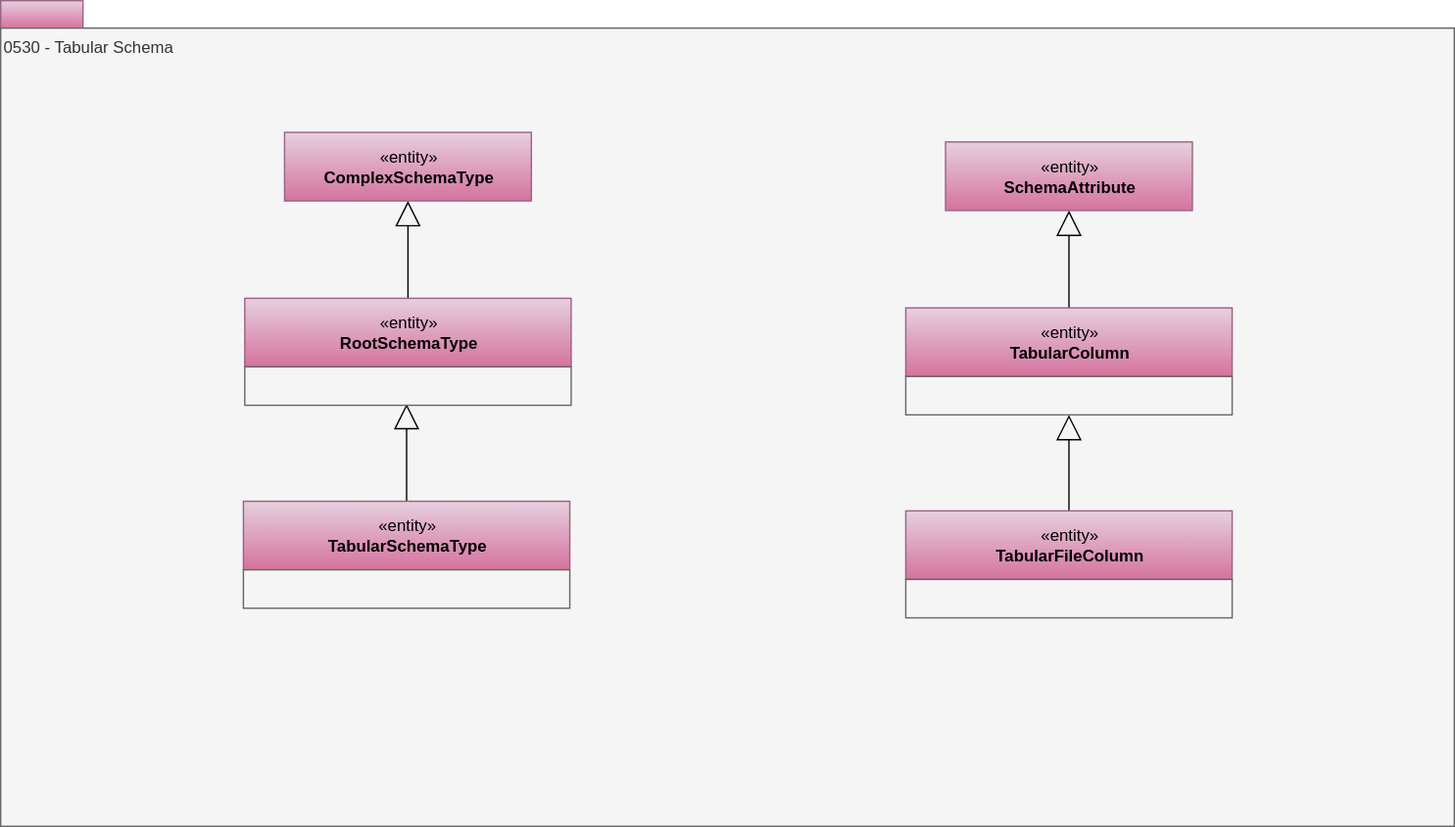
odpi/egeria-docs keeps this draw.io diagram as site/docs/types/5/0530-Tabular-Schemas.svg. Above is the earlier version. Source tidied: cells renumbered, new cells last; positions are measured from the earlier drawing's top-left corner, leaving out a move shared by most shapes. Source of this version:
```xml
<mxGraphModel>
  <root>
    <mxCell id="0" />
    <mxCell id="1" parent="0" />
    <mxCell id="2" style="rounded=0;whiteSpace=wrap;html=1;align=left;fillColor=#e6d0de;strokeColor=#996185;gradientColor=#d5739d;" parent="1" vertex="1">
      <mxGeometry width="60" height="20" as="geometry" />
    </mxCell>
    <mxCell id="3" value="0530 - Tabular Schema" style="rounded=0;whiteSpace=wrap;html=1;align=left;verticalAlign=top;fillColor=#f5f5f5;fontColor=#333333;strokeColor=#666666;" parent="1" vertex="1">
      <mxGeometry y="20" width="1060" height="582" as="geometry" />
    </mxCell>
    <mxCell id="4" style="edgeStyle=orthogonalEdgeStyle;rounded=0;jettySize=auto;html=1;exitX=0.5;exitY=0;exitDx=0;exitDy=0;startSize=6;endArrow=block;endFill=0;endSize=16;" parent="1" edge="1" source="14" target="5">
      <mxGeometry relative="1" as="geometry" />
    </mxCell>
    <mxCell id="5" value="«entity»&lt;br&gt;&lt;b&gt;ComplexSchemaType&lt;/b&gt;" style="html=1;strokeColor=#996185;align=center;fillColor=#e6d0de;gradientColor=#d5739d;" parent="1" vertex="1">
      <mxGeometry x="207" y="96" width="180" height="50" as="geometry" />
    </mxCell>
    <mxCell id="6" style="edgeStyle=orthogonalEdgeStyle;rounded=0;jettySize=auto;html=1;exitX=0.5;exitY=0;exitDx=0;exitDy=0;startSize=6;endArrow=block;endFill=0;endSize=16;" parent="1" edge="1" source="12" target="7">
      <mxGeometry relative="1" as="geometry" />
    </mxCell>
    <mxCell id="7" value="«entity»&lt;br&gt;&lt;b&gt;SchemaAttribute&lt;/b&gt;" style="html=1;strokeColor=#996185;align=center;fillColor=#e6d0de;gradientColor=#d5739d;" parent="1" vertex="1">
      <mxGeometry x="689" y="103" width="180" height="50" as="geometry" />
    </mxCell>
    <mxCell id="8" style="edgeStyle=orthogonalEdgeStyle;rounded=0;jettySize=auto;html=1;exitX=0.5;exitY=0;exitDx=0;exitDy=0;startSize=6;endArrow=block;endFill=0;endSize=16;entryX=0.5;entryY=1;entryDx=0;entryDy=0;" parent="1" edge="1" source="10" target="13">
      <mxGeometry relative="1" as="geometry" />
    </mxCell>
    <mxCell id="9" style="edgeStyle=orthogonalEdgeStyle;rounded=0;jettySize=auto;html=1;exitX=0.5;exitY=0;exitDx=0;exitDy=0;startSize=6;endArrow=block;endFill=0;endSize=16;" parent="1" edge="1" source="16">
      <mxGeometry relative="1" as="geometry">
        <mxPoint x="296" y="294" as="targetPoint" />
      </mxGeometry>
    </mxCell>
    <mxCell id="10" value="«entity»&lt;br&gt;&lt;b&gt;TabularFileColumn&lt;/b&gt;" style="html=1;strokeColor=#996185;align=center;fillColor=#e6d0de;gradientColor=#d5739d;" parent="1" vertex="1">
      <mxGeometry x="660" y="372" width="238" height="50" as="geometry" />
    </mxCell>
    <mxCell id="11" style="rounded=0;whiteSpace=wrap;html=1;strokeColor=#666666;align=left;fillColor=#f5f5f5;fontColor=#333333;" parent="1" vertex="1">
      <mxGeometry x="660" y="422" width="238" height="28" as="geometry" />
    </mxCell>
    <mxCell id="12" value="«entity»&lt;br&gt;&lt;b&gt;TabularColumn&lt;/b&gt;" style="html=1;strokeColor=#996185;align=center;fillColor=#e6d0de;gradientColor=#d5739d;" parent="1" vertex="1">
      <mxGeometry x="660" y="224" width="238" height="50" as="geometry" />
    </mxCell>
    <mxCell id="13" style="rounded=0;whiteSpace=wrap;html=1;strokeColor=#666666;align=left;fillColor=#f5f5f5;fontColor=#333333;" parent="1" vertex="1">
      <mxGeometry x="660" y="274" width="238" height="28" as="geometry" />
    </mxCell>
    <mxCell id="14" value="«entity»&lt;br&gt;&lt;b&gt;RootSchemaType&lt;/b&gt;" style="html=1;strokeColor=#996185;align=center;fillColor=#e6d0de;gradientColor=#d5739d;" parent="1" vertex="1">
      <mxGeometry x="178" y="217" width="238" height="50" as="geometry" />
    </mxCell>
    <mxCell id="15" style="rounded=0;whiteSpace=wrap;html=1;strokeColor=#666666;align=left;fillColor=#f5f5f5;fontColor=#333333;" parent="1" vertex="1">
      <mxGeometry x="178" y="267" width="238" height="28" as="geometry" />
    </mxCell>
    <mxCell id="16" value="«entity»&lt;br&gt;&lt;b&gt;TabularSchemaType&lt;/b&gt;" style="html=1;strokeColor=#996185;align=center;fillColor=#e6d0de;gradientColor=#d5739d;" parent="1" vertex="1">
      <mxGeometry x="177" y="365" width="238" height="50" as="geometry" />
    </mxCell>
    <mxCell id="17" style="rounded=0;whiteSpace=wrap;html=1;strokeColor=#666666;align=left;fillColor=#f5f5f5;fontColor=#333333;" parent="1" vertex="1">
      <mxGeometry x="177" y="415" width="238" height="28" as="geometry" />
    </mxCell>
  </root>
</mxGraphModel>
```
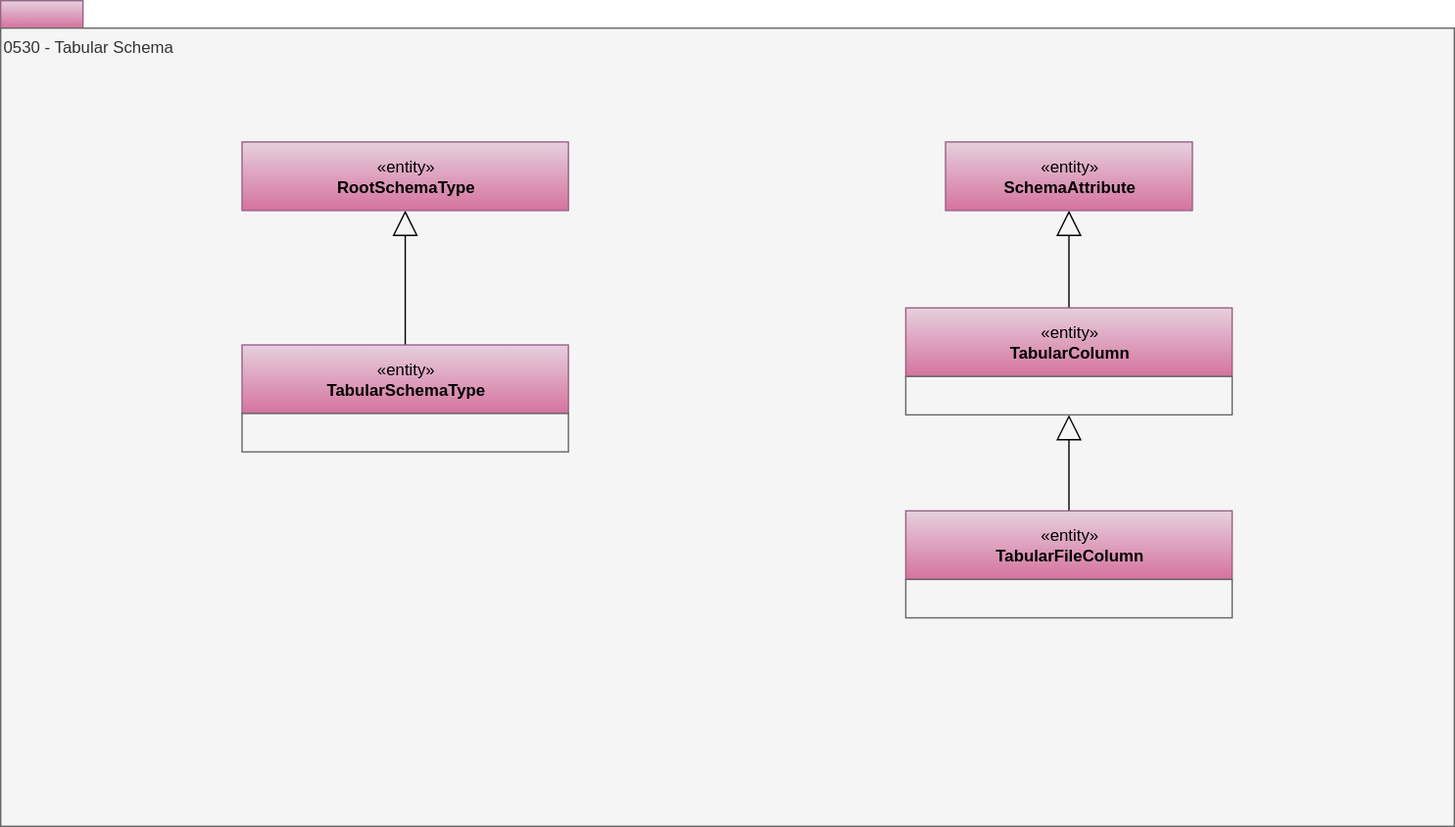
Later version of the same file.

Diff of the diagram source:
```diff
@@ -8,49 +8,38 @@
     <mxCell id="3" value="0530 - Tabular Schema" style="rounded=0;whiteSpace=wrap;html=1;align=left;verticalAlign=top;fillColor=#f5f5f5;fontColor=#333333;strokeColor=#666666;" parent="1" vertex="1">
       <mxGeometry y="20" width="1060" height="582" as="geometry" />
     </mxCell>
-    <mxCell id="4" style="edgeStyle=orthogonalEdgeStyle;rounded=0;jettySize=auto;html=1;exitX=0.5;exitY=0;exitDx=0;exitDy=0;startSize=6;endArrow=block;endFill=0;endSize=16;" parent="1" edge="1" source="14" target="5">
+    <mxCell id="4" style="edgeStyle=orthogonalEdgeStyle;rounded=0;jettySize=auto;html=1;exitX=0.5;exitY=0;exitDx=0;exitDy=0;startSize=6;endArrow=block;endFill=0;endSize=16;" parent="1" edge="1" source="10" target="5">
       <mxGeometry relative="1" as="geometry" />
     </mxCell>
-    <mxCell id="5" value="«entity»&lt;br&gt;&lt;b&gt;ComplexSchemaType&lt;/b&gt;" style="html=1;strokeColor=#996185;align=center;fillColor=#e6d0de;gradientColor=#d5739d;" parent="1" vertex="1">
-      <mxGeometry x="207" y="96" width="180" height="50" as="geometry" />
+    <mxCell id="5" value="«entity»&lt;br&gt;&lt;b&gt;SchemaAttribute&lt;/b&gt;" style="html=1;strokeColor=#996185;align=center;fillColor=#e6d0de;gradientColor=#d5739d;" parent="1" vertex="1">
+      <mxGeometry x="689" y="103" width="180" height="50" as="geometry" />
     </mxCell>
-    <mxCell id="6" style="edgeStyle=orthogonalEdgeStyle;rounded=0;jettySize=auto;html=1;exitX=0.5;exitY=0;exitDx=0;exitDy=0;startSize=6;endArrow=block;endFill=0;endSize=16;" parent="1" edge="1" source="12" target="7">
+    <mxCell id="6" style="edgeStyle=orthogonalEdgeStyle;rounded=0;jettySize=auto;html=1;exitX=0.5;exitY=0;exitDx=0;exitDy=0;startSize=6;endArrow=block;endFill=0;endSize=16;entryX=0.5;entryY=1;entryDx=0;entryDy=0;" parent="1" edge="1" source="8" target="11">
       <mxGeometry relative="1" as="geometry" />
     </mxCell>
-    <mxCell id="7" value="«entity»&lt;br&gt;&lt;b&gt;SchemaAttribute&lt;/b&gt;" style="html=1;strokeColor=#996185;align=center;fillColor=#e6d0de;gradientColor=#d5739d;" parent="1" vertex="1">
-      <mxGeometry x="689" y="103" width="180" height="50" as="geometry" />
+    <mxCell id="7" style="edgeStyle=orthogonalEdgeStyle;rounded=0;jettySize=auto;html=1;exitX=0.5;exitY=0;exitDx=0;exitDy=0;startSize=6;endArrow=block;endFill=0;endSize=16;" parent="1" edge="1" source="13" target="12">
+      <mxGeometry relative="1" as="geometry" />
     </mxCell>
-    <mxCell id="8" style="edgeStyle=orthogonalEdgeStyle;rounded=0;jettySize=auto;html=1;exitX=0.5;exitY=0;exitDx=0;exitDy=0;startSize=6;endArrow=block;endFill=0;endSize=16;entryX=0.5;entryY=1;entryDx=0;entryDy=0;" parent="1" edge="1" source="10" target="13">
-      <mxGeometry relative="1" as="geometry" />
+    <mxCell id="8" value="«entity»&lt;br&gt;&lt;b&gt;TabularFileColumn&lt;/b&gt;" style="html=1;strokeColor=#996185;align=center;fillColor=#e6d0de;gradientColor=#d5739d;" parent="1" vertex="1">
+      <mxGeometry x="660" y="372" width="238" height="50" as="geometry" />
     </mxCell>
-    <mxCell id="9" style="edgeStyle=orthogonalEdgeStyle;rounded=0;jettySize=auto;html=1;exitX=0.5;exitY=0;exitDx=0;exitDy=0;startSize=6;endArrow=block;endFill=0;endSize=16;" parent="1" edge="1" source="16">
-      <mxGeometry relative="1" as="geometry">
-        <mxPoint x="296" y="294" as="targetPoint" />
-      </mxGeometry>
+    <mxCell id="9" style="rounded=0;whiteSpace=wrap;html=1;strokeColor=#666666;align=left;fillColor=#f5f5f5;fontColor=#333333;" parent="1" vertex="1">
+      <mxGeometry x="660" y="422" width="238" height="28" as="geometry" />
     </mxCell>
-    <mxCell id="10" value="«entity»&lt;br&gt;&lt;b&gt;TabularFileColumn&lt;/b&gt;" style="html=1;strokeColor=#996185;align=center;fillColor=#e6d0de;gradientColor=#d5739d;" parent="1" vertex="1">
-      <mxGeometry x="660" y="372" width="238" height="50" as="geometry" />
+    <mxCell id="10" value="«entity»&lt;br&gt;&lt;b&gt;TabularColumn&lt;/b&gt;" style="html=1;strokeColor=#996185;align=center;fillColor=#e6d0de;gradientColor=#d5739d;" parent="1" vertex="1">
+      <mxGeometry x="660" y="224" width="238" height="50" as="geometry" />
     </mxCell>
     <mxCell id="11" style="rounded=0;whiteSpace=wrap;html=1;strokeColor=#666666;align=left;fillColor=#f5f5f5;fontColor=#333333;" parent="1" vertex="1">
-      <mxGeometry x="660" y="422" width="238" height="28" as="geometry" />
+      <mxGeometry x="660" y="274" width="238" height="28" as="geometry" />
     </mxCell>
-    <mxCell id="12" value="«entity»&lt;br&gt;&lt;b&gt;TabularColumn&lt;/b&gt;" style="html=1;strokeColor=#996185;align=center;fillColor=#e6d0de;gradientColor=#d5739d;" parent="1" vertex="1">
-      <mxGeometry x="660" y="224" width="238" height="50" as="geometry" />
+    <mxCell id="12" value="«entity»&lt;br&gt;&lt;b&gt;RootSchemaType&lt;/b&gt;" style="html=1;strokeColor=#996185;align=center;fillColor=#e6d0de;gradientColor=#d5739d;" parent="1" vertex="1">
+      <mxGeometry x="176" y="103" width="238" height="50" as="geometry" />
     </mxCell>
-    <mxCell id="13" style="rounded=0;whiteSpace=wrap;html=1;strokeColor=#666666;align=left;fillColor=#f5f5f5;fontColor=#333333;" parent="1" vertex="1">
-      <mxGeometry x="660" y="274" width="238" height="28" as="geometry" />
+    <mxCell id="13" value="«entity»&lt;br&gt;&lt;b&gt;TabularSchemaType&lt;/b&gt;" style="html=1;strokeColor=#996185;align=center;fillColor=#e6d0de;gradientColor=#d5739d;" parent="1" vertex="1">
+      <mxGeometry x="176" y="251" width="238" height="50" as="geometry" />
     </mxCell>
-    <mxCell id="14" value="«entity»&lt;br&gt;&lt;b&gt;RootSchemaType&lt;/b&gt;" style="html=1;strokeColor=#996185;align=center;fillColor=#e6d0de;gradientColor=#d5739d;" parent="1" vertex="1">
-      <mxGeometry x="178" y="217" width="238" height="50" as="geometry" />
+    <mxCell id="14" style="rounded=0;whiteSpace=wrap;html=1;strokeColor=#666666;align=left;fillColor=#f5f5f5;fontColor=#333333;" parent="1" vertex="1">
+      <mxGeometry x="176" y="301" width="238" height="28" as="geometry" />
     </mxCell>
-    <mxCell id="15" style="rounded=0;whiteSpace=wrap;html=1;strokeColor=#666666;align=left;fillColor=#f5f5f5;fontColor=#333333;" parent="1" vertex="1">
-      <mxGeometry x="178" y="267" width="238" height="28" as="geometry" />
-    </mxCell>
-    <mxCell id="16" value="«entity»&lt;br&gt;&lt;b&gt;TabularSchemaType&lt;/b&gt;" style="html=1;strokeColor=#996185;align=center;fillColor=#e6d0de;gradientColor=#d5739d;" parent="1" vertex="1">
-      <mxGeometry x="177" y="365" width="238" height="50" as="geometry" />
-    </mxCell>
-    <mxCell id="17" style="rounded=0;whiteSpace=wrap;html=1;strokeColor=#666666;align=left;fillColor=#f5f5f5;fontColor=#333333;" parent="1" vertex="1">
-      <mxGeometry x="177" y="415" width="238" height="28" as="geometry" />
-    </mxCell>
   </root>
 </mxGraphModel>
```
